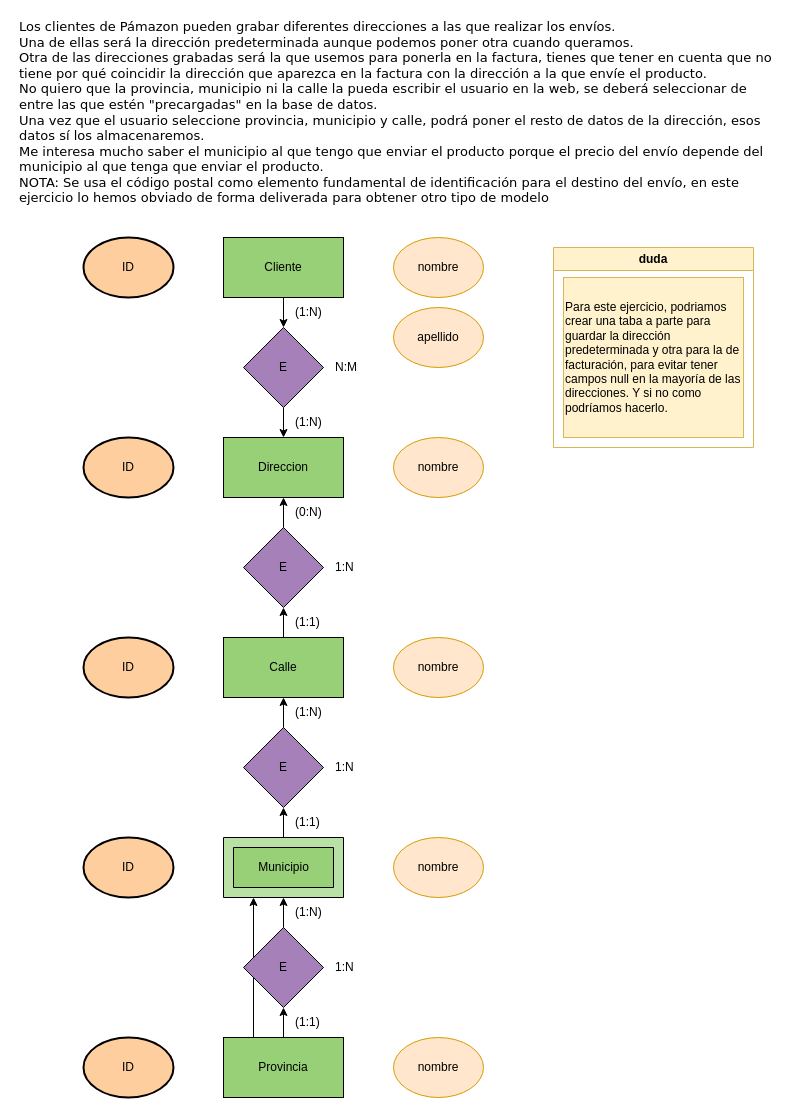
DiEgOfercri/Modelos-BBDD keeps this draw.io diagram as drawio/Ejer8-1.drawio. Above is the earlier version. Source tidied: cells renumbered, new cells numbered last; positions are measured from the earlier drawing's top-left corner, leaving out a move shared by most shapes. Both pictures are drawn from the tidied source at 100%, with x=0, y=0 at pixel (17, 17).
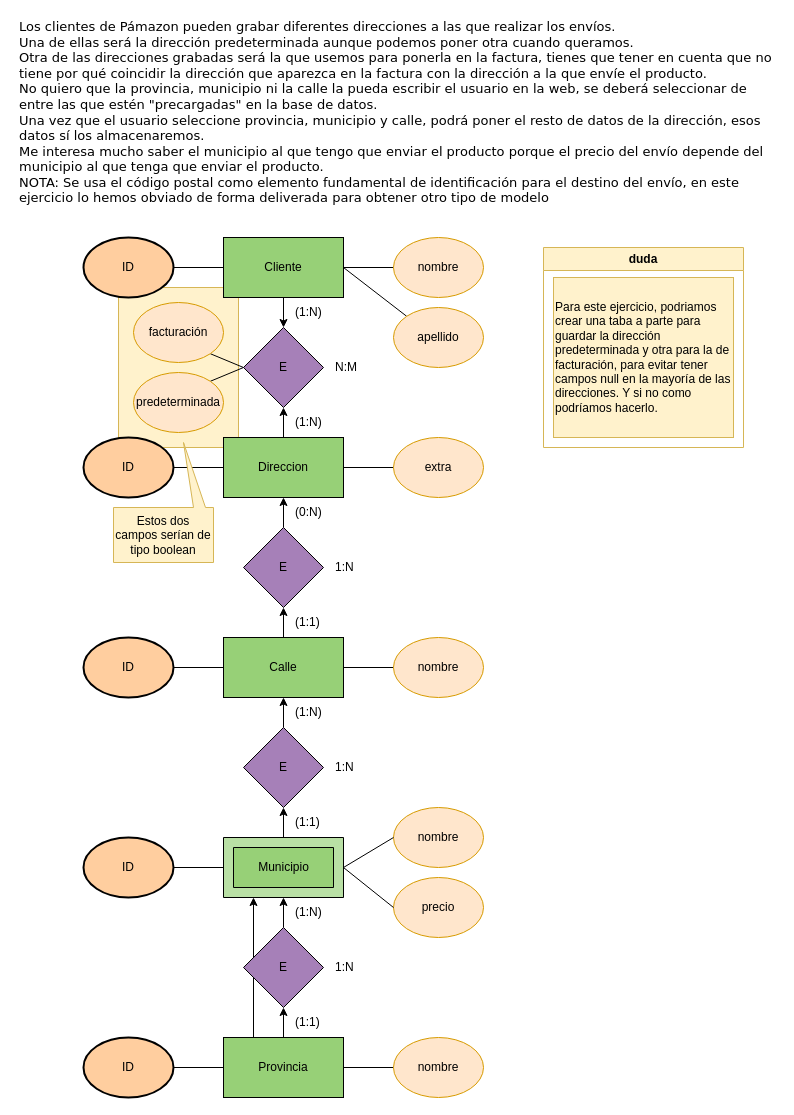
Above is the later version.

Unchanged cells that the change refers to:
```xml
<mxCell id="7" value="Cliente" style="rounded=0;whiteSpace=wrap;html=1;fillColor=#97D077;" parent="1" vertex="1">
  <mxGeometry x="206" y="220" width="120" height="60" as="geometry" />
</mxCell>
<mxCell id="8" value="Direccion" style="rounded=0;whiteSpace=wrap;html=1;fillColor=#97D077;" parent="1" vertex="1">
  <mxGeometry x="206" y="420" width="120" height="60" as="geometry" />
</mxCell>
<mxCell id="10" value="Calle" style="rounded=0;whiteSpace=wrap;html=1;fillColor=#97D077;" parent="1" vertex="1">
  <mxGeometry x="206" y="620" width="120" height="60" as="geometry" />
</mxCell>
<mxCell id="12" value="Provincia" style="rounded=0;whiteSpace=wrap;html=1;fillColor=#97D077;" parent="1" vertex="1">
  <mxGeometry x="206" y="1020" width="120" height="60" as="geometry" />
</mxCell>
<mxCell id="16" value="E" style="rhombus;whiteSpace=wrap;html=1;fillColor=#A680B8;" parent="1" vertex="1">
  <mxGeometry x="226" y="310" width="80" height="80" as="geometry" />
</mxCell>
<mxCell id="22" style="verticalLabelPosition=bottom;verticalAlign=top;html=1;shape=mxgraph.basic.frame;dx=10;whiteSpace=wrap;fillColor=#B9E0A5;" parent="21" vertex="1">
  <mxGeometry x="-10" width="120" height="60" as="geometry" />
</mxCell>
<mxCell id="37" value="ID" style="ellipse;whiteSpace=wrap;html=1;strokeWidth=2;fillColor=#FFCE9F;" parent="1" vertex="1">
  <mxGeometry x="66" y="220" width="90" height="60" as="geometry" />
</mxCell>
<mxCell id="38" value="apellido" style="ellipse;whiteSpace=wrap;html=1;strokeWidth=1;fillColor=#ffe6cc;strokeColor=#d79b00;" parent="1" vertex="1">
  <mxGeometry x="376" y="290" width="90" height="60" as="geometry" />
</mxCell>
<mxCell id="39" value="nombre" style="ellipse;whiteSpace=wrap;html=1;strokeWidth=1;fillColor=#ffe6cc;strokeColor=#d79b00;" parent="1" vertex="1">
  <mxGeometry x="376" y="220" width="90" height="60" as="geometry" />
</mxCell>
<mxCell id="40" value="ID" style="ellipse;whiteSpace=wrap;html=1;strokeWidth=2;fillColor=#FFCE9F;" parent="1" vertex="1">
  <mxGeometry x="66" y="420" width="90" height="60" as="geometry" />
</mxCell>
<mxCell id="42" value="ID" style="ellipse;whiteSpace=wrap;html=1;strokeWidth=2;fillColor=#FFCE9F;" parent="1" vertex="1">
  <mxGeometry x="66" y="620" width="90" height="60" as="geometry" />
</mxCell>
<mxCell id="43" value="nombre" style="ellipse;whiteSpace=wrap;html=1;strokeWidth=1;fillColor=#ffe6cc;strokeColor=#d79b00;" parent="1" vertex="1">
  <mxGeometry x="376" y="620" width="90" height="60" as="geometry" />
</mxCell>
<mxCell id="44" value="ID" style="ellipse;whiteSpace=wrap;html=1;strokeWidth=2;fillColor=#FFCE9F;" parent="1" vertex="1">
  <mxGeometry x="66" y="820" width="90" height="60" as="geometry" />
</mxCell>
<mxCell id="46" value="ID" style="ellipse;whiteSpace=wrap;html=1;strokeWidth=2;fillColor=#FFCE9F;" parent="1" vertex="1">
  <mxGeometry x="66" y="1020" width="90" height="60" as="geometry" />
</mxCell>
<mxCell id="47" value="nombre" style="ellipse;whiteSpace=wrap;html=1;strokeWidth=1;fillColor=#ffe6cc;strokeColor=#d79b00;" parent="1" vertex="1">
  <mxGeometry x="376" y="1020" width="90" height="60" as="geometry" />
</mxCell>
```

The edit, as a diff of the source:
```diff
@@
+    <mxCell id="48" style="rounded=0;whiteSpace=wrap;html=1;fillColor=#fff2cc;strokeColor=#d6b656;" parent="1" vertex="1">
+      <mxGeometry x="101" y="270" width="120" height="160" as="geometry" />
+    </mxCell>
@@
     <mxCell id="4" value="duda" style="swimlane;whiteSpace=wrap;html=1;fillColor=#fff2cc;strokeColor=#d6b656;" parent="1" vertex="1">
-      <mxGeometry x="536" y="230" width="200" height="200" as="geometry" />
+      <mxGeometry x="526" y="230" width="200" height="200" as="geometry" />
     </mxCell>
@@
+    <mxCell id="49" style="edgeStyle=orthogonalEdgeStyle;rounded=0;jettySize=auto;html=1;exitX=0.5;exitY=0;exitDx=0;exitDy=0;entryX=0.5;entryY=1;entryDx=0;entryDy=0;" parent="1" edge="1" source="8" target="16">
+      <mxGeometry relative="1" as="geometry" />
+    </mxCell>
@@
-    <mxCell id="15" style="edgeStyle=orthogonalEdgeStyle;rounded=0;jettySize=auto;html=1;exitX=0.5;exitY=1;exitDx=0;exitDy=0;entryX=0.5;entryY=0;entryDx=0;entryDy=0;" parent="1" edge="1" source="16" target="8">
-      <mxGeometry relative="1" as="geometry" />
-    </mxCell>
+    <mxCell id="50" style="rounded=0;jettySize=auto;html=1;exitX=0;exitY=0.5;exitDx=0;exitDy=0;entryX=1;entryY=1;entryDx=0;entryDy=0;endArrow=none;endFill=0;" parent="1" edge="1" source="16" target="61">
+      <mxGeometry relative="1" as="geometry" />
+    </mxCell>
+    <mxCell id="51" style="rounded=0;jettySize=auto;html=1;exitX=0;exitY=0.5;exitDx=0;exitDy=0;entryX=1;entryY=0;entryDx=0;entryDy=0;endArrow=none;endFill=0;" parent="1" edge="1" source="16" target="62">
+      <mxGeometry relative="1" as="geometry" />
+    </mxCell>
@@
+    <mxCell id="52" style="rounded=0;jettySize=auto;html=1;exitX=1;exitY=0.5;exitDx=0;exitDy=0;entryX=0;entryY=0.5;entryDx=0;entryDy=0;endArrow=none;endFill=0;strokeColor=default;" parent="1" edge="1" source="37" target="7">
+      <mxGeometry relative="1" as="geometry" />
+    </mxCell>
@@
+    <mxCell id="53" style="rounded=0;jettySize=auto;html=1;exitX=0;exitY=0;exitDx=0;exitDy=0;entryX=1;entryY=0.5;entryDx=0;entryDy=0;endArrow=none;endFill=0;" parent="1" edge="1" source="38" target="7">
+      <mxGeometry relative="1" as="geometry" />
+    </mxCell>
@@
+    <mxCell id="54" style="edgeStyle=orthogonalEdgeStyle;rounded=0;jettySize=auto;html=1;exitX=0;exitY=0.5;exitDx=0;exitDy=0;entryX=1;entryY=0.5;entryDx=0;entryDy=0;endArrow=none;endFill=0;" parent="1" edge="1" source="39" target="7">
+      <mxGeometry relative="1" as="geometry" />
+    </mxCell>
@@
+    <mxCell id="55" style="edgeStyle=orthogonalEdgeStyle;rounded=0;jettySize=auto;html=1;exitX=1;exitY=0.5;exitDx=0;exitDy=0;entryX=0;entryY=0.5;entryDx=0;entryDy=0;endArrow=none;endFill=0;" parent="1" edge="1" source="40" target="8">
+      <mxGeometry relative="1" as="geometry" />
+    </mxCell>
@@
+    <mxCell id="56" style="edgeStyle=orthogonalEdgeStyle;rounded=0;jettySize=auto;html=1;exitX=0;exitY=0.5;exitDx=0;exitDy=0;entryX=1;entryY=0.5;entryDx=0;entryDy=0;endArrow=none;endFill=0;" parent="1" edge="1" source="41" target="8">
+      <mxGeometry relative="1" as="geometry" />
+    </mxCell>
-    <mxCell id="41" value="nombre" style="ellipse;whiteSpace=wrap;html=1;strokeWidth=1;fillColor=#ffe6cc;strokeColor=#d79b00;" parent="1" vertex="1">
+    <mxCell id="41" value="extra" style="ellipse;whiteSpace=wrap;html=1;strokeWidth=1;fillColor=#ffe6cc;strokeColor=#d79b00;" parent="1" vertex="1">
       <mxGeometry x="376" y="420" width="90" height="60" as="geometry" />
     </mxCell>
+    <mxCell id="57" style="edgeStyle=orthogonalEdgeStyle;rounded=0;jettySize=auto;html=1;exitX=1;exitY=0.5;exitDx=0;exitDy=0;entryX=0;entryY=0.5;entryDx=0;entryDy=0;endArrow=none;endFill=0;" parent="1" edge="1" source="42" target="10">
+      <mxGeometry relative="1" as="geometry" />
+    </mxCell>
@@
+    <mxCell id="58" style="edgeStyle=orthogonalEdgeStyle;rounded=0;jettySize=auto;html=1;exitX=0;exitY=0.5;exitDx=0;exitDy=0;endArrow=none;endFill=0;" parent="1" edge="1" source="43" target="10">
+      <mxGeometry relative="1" as="geometry" />
+    </mxCell>
@@
     <mxCell id="45" value="nombre" style="ellipse;whiteSpace=wrap;html=1;strokeWidth=1;fillColor=#ffe6cc;strokeColor=#d79b00;" parent="1" vertex="1">
-      <mxGeometry x="376" y="820" width="90" height="60" as="geometry" />
+      <mxGeometry x="376" y="790" width="90" height="60" as="geometry" />
     </mxCell>
+    <mxCell id="59" style="edgeStyle=orthogonalEdgeStyle;rounded=0;jettySize=auto;html=1;exitX=1;exitY=0.5;exitDx=0;exitDy=0;entryX=0;entryY=0.5;entryDx=0;entryDy=0;endArrow=none;endFill=0;" parent="1" edge="1" source="46" target="12">
+      <mxGeometry relative="1" as="geometry" />
+    </mxCell>
@@
+    <mxCell id="60" style="edgeStyle=orthogonalEdgeStyle;rounded=0;jettySize=auto;html=1;exitX=0;exitY=0.5;exitDx=0;exitDy=0;entryX=1;entryY=0.5;entryDx=0;entryDy=0;endArrow=none;endFill=0;" parent="1" edge="1" source="47" target="12">
+      <mxGeometry relative="1" as="geometry" />
+    </mxCell>
@@
+    <mxCell id="61" value="facturación" style="ellipse;whiteSpace=wrap;html=1;strokeWidth=1;fillColor=#ffe6cc;strokeColor=#d79b00;" parent="1" vertex="1">
+      <mxGeometry x="116" y="285" width="90" height="60" as="geometry" />
+    </mxCell>
+    <mxCell id="62" value="predeterminada" style="ellipse;whiteSpace=wrap;html=1;strokeWidth=1;fillColor=#ffe6cc;strokeColor=#d79b00;" parent="1" vertex="1">
+      <mxGeometry x="116" y="355" width="90" height="60" as="geometry" />
+    </mxCell>
+    <mxCell id="63" value="precio" style="ellipse;whiteSpace=wrap;html=1;strokeWidth=1;fillColor=#ffe6cc;strokeColor=#d79b00;" parent="1" vertex="1">
+      <mxGeometry x="376" y="860" width="90" height="60" as="geometry" />
+    </mxCell>
+    <mxCell id="64" style="rounded=0;jettySize=auto;html=1;exitX=0;exitY=0.5;exitDx=0;exitDy=0;entryX=1;entryY=0.5;entryDx=0;entryDy=0;entryPerimeter=0;endArrow=none;endFill=0;" parent="1" edge="1" source="45" target="22">
+      <mxGeometry relative="1" as="geometry" />
+    </mxCell>
+    <mxCell id="65" style="rounded=0;jettySize=auto;html=1;exitX=0;exitY=0.5;exitDx=0;exitDy=0;entryX=1;entryY=0.5;entryDx=0;entryDy=0;entryPerimeter=0;endArrow=none;endFill=0;" parent="1" edge="1" source="63" target="22">
+      <mxGeometry relative="1" as="geometry" />
+    </mxCell>
+    <mxCell id="66" style="edgeStyle=orthogonalEdgeStyle;rounded=0;jettySize=auto;html=1;exitX=1;exitY=0.5;exitDx=0;exitDy=0;entryX=0;entryY=0.5;entryDx=0;entryDy=0;entryPerimeter=0;endArrow=none;endFill=0;" parent="1" edge="1" source="44" target="22">
+      <mxGeometry relative="1" as="geometry" />
+    </mxCell>
+    <mxCell id="67" value="&lt;div style=&quot;&quot;&gt;Estos dos campos serían de tipo boolean&lt;/div&gt;" style="shape=callout;whiteSpace=wrap;html=1;perimeter=calloutPerimeter;direction=west;base=12;size=65;position=0.08;position2=0.3;align=center;fillColor=#fff2cc;strokeColor=#d6b656;" parent="1" vertex="1">
+      <mxGeometry x="96" y="425" width="100" height="120" as="geometry" />
+    </mxCell>
```
